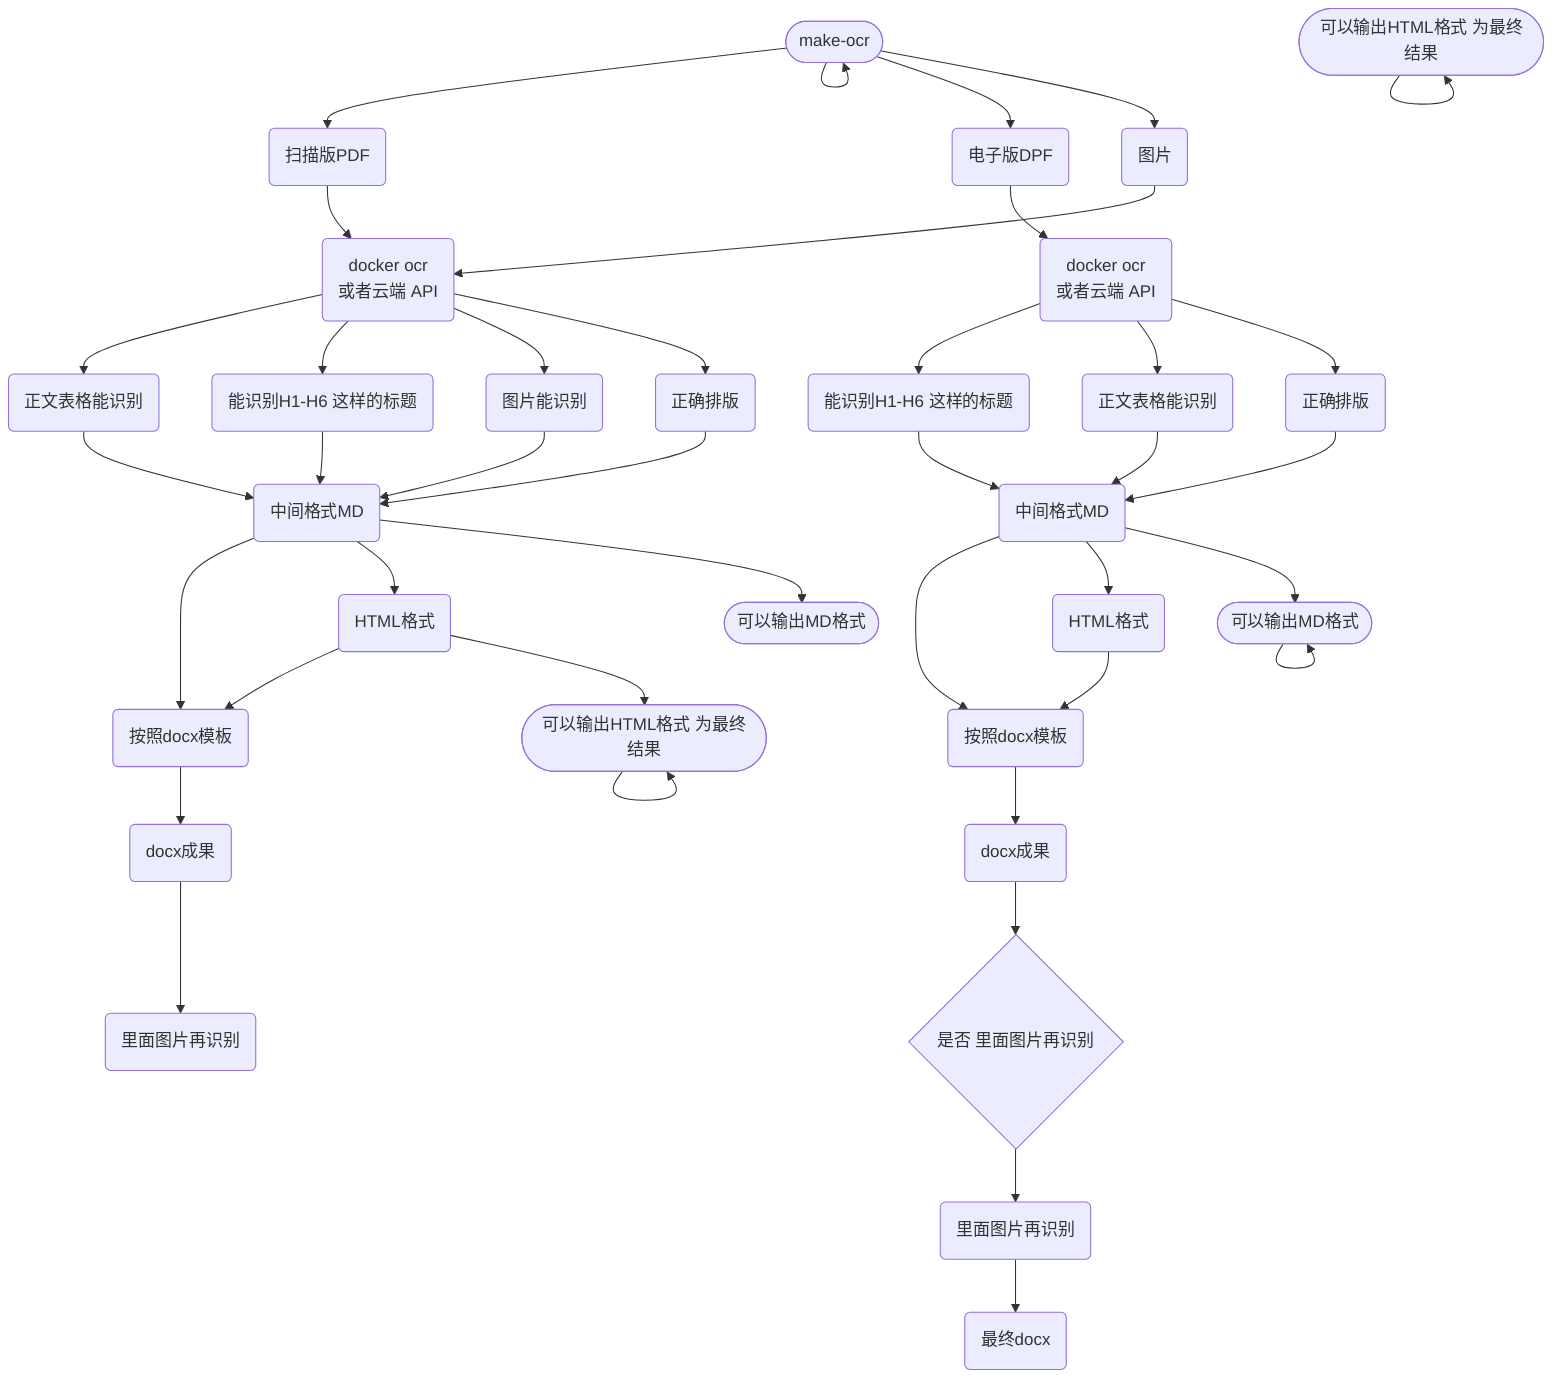
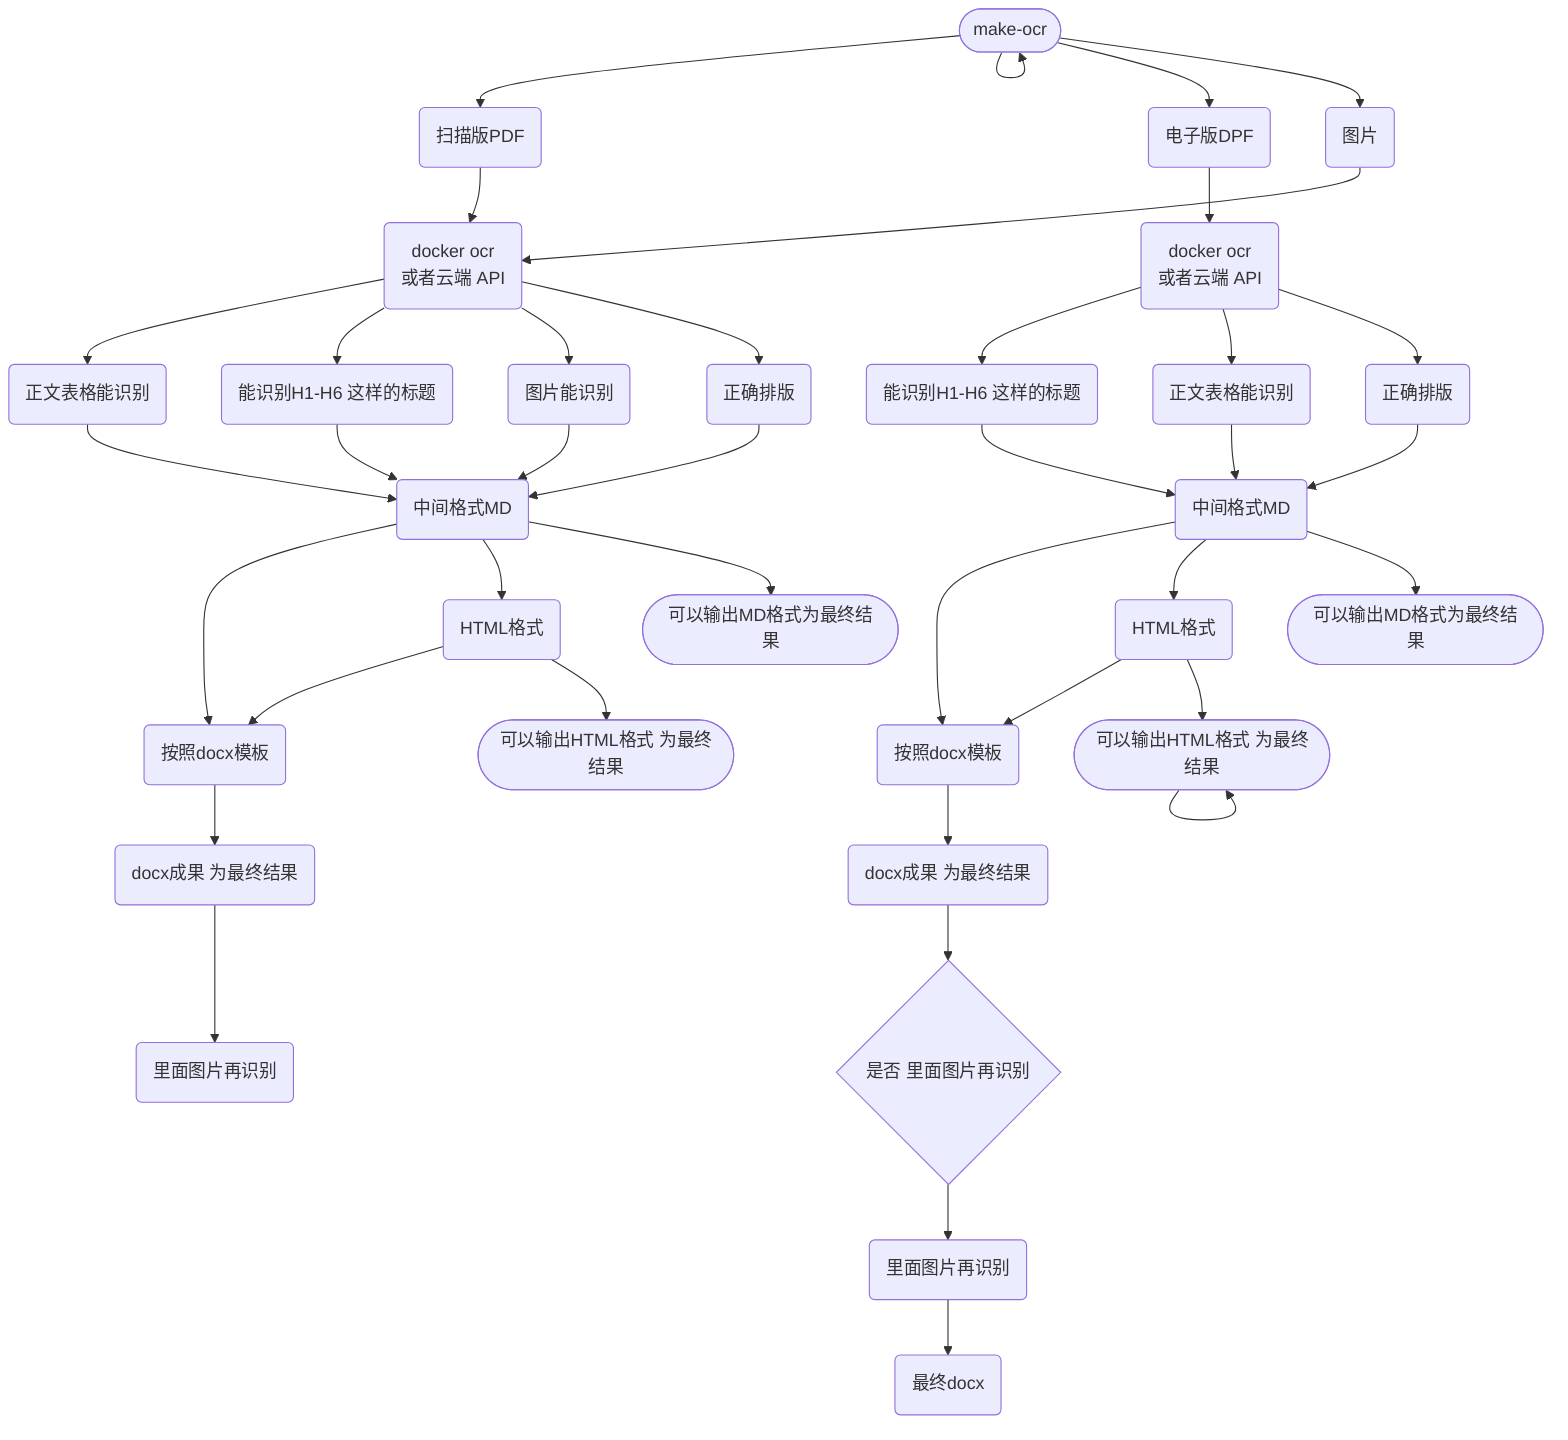
flowchart TD
  n_0(["make-ocr"])
  n_1("扫描版PDF")
  n_2("电子版DPF")
  n_3("docker ocr<br/>或者云端 API")
  n_4("图片")
  n_5("能识别H1-H6 这样的标题")
  n_6("正文表格能识别")
  n_7("图片能识别")
  n_8("按照docx模板")
  n_9("里面图片再识别")
-   n_10("docx成果")
+   n_10("docx成果 为最终结果")
  n_11("中间格式MD")
  n_12("HTML格式")
  n_13("docker ocr<br/>或者云端 API")
  n_14("能识别H1-H6 这样的标题")
  n_15("正文表格能识别")
  n_16("按照docx模板")
-   n_17("docx成果")
+   n_17("docx成果 为最终结果")
  n_18("中间格式MD")
  n_19("HTML格式")
  n_20("最终docx")
  n_21("里面图片再识别")
  n_22{"是否 里面图片再识别"}
  n_23("正确排版")
  n_24("正确排版")
-   n_25(["可以输出MD格式"])
-   n_26(["可以输出MD格式"])
+   n_25(["可以输出MD格式为最终结果"])
+   n_26(["可以输出MD格式为最终结果"])
  n_27(["可以输出HTML格式 为最终结果"])
  n_28(["可以输出HTML格式 为最终结果"])
  n_0 --> n_0
  n_0 --> n_1
  n_0 --> n_2
  n_0 --> n_4
  n_11 --> n_8
  n_11 --> n_12
  n_12 --> n_8
  n_8 --> n_10
  n_10 --> n_9
  n_18 --> n_16
  n_18 --> n_19
  n_19 --> n_16
  n_16 --> n_17
  n_4 --> n_3
  n_1 --> n_3
  n_2 --> n_13
  n_13 --> n_14
  n_13 --> n_15
  n_15 --> n_18
  n_14 --> n_18
  n_7 --> n_11
  n_6 --> n_11
  n_5 --> n_11
  n_3 --> n_6
  n_21 --> n_20
  n_17 --> n_22
  n_22 --> n_21
  n_3 --> n_5
  n_3 --> n_7
  n_3 --> n_23
  n_23 --> n_11
  n_13 --> n_24
  n_24 --> n_18
  n_11 --> n_25
-   n_26 --> n_26
  n_18 --> n_26
-   n_27 --> n_27
  n_12 --> n_27
  n_28 --> n_28
+   n_19 --> n_28
